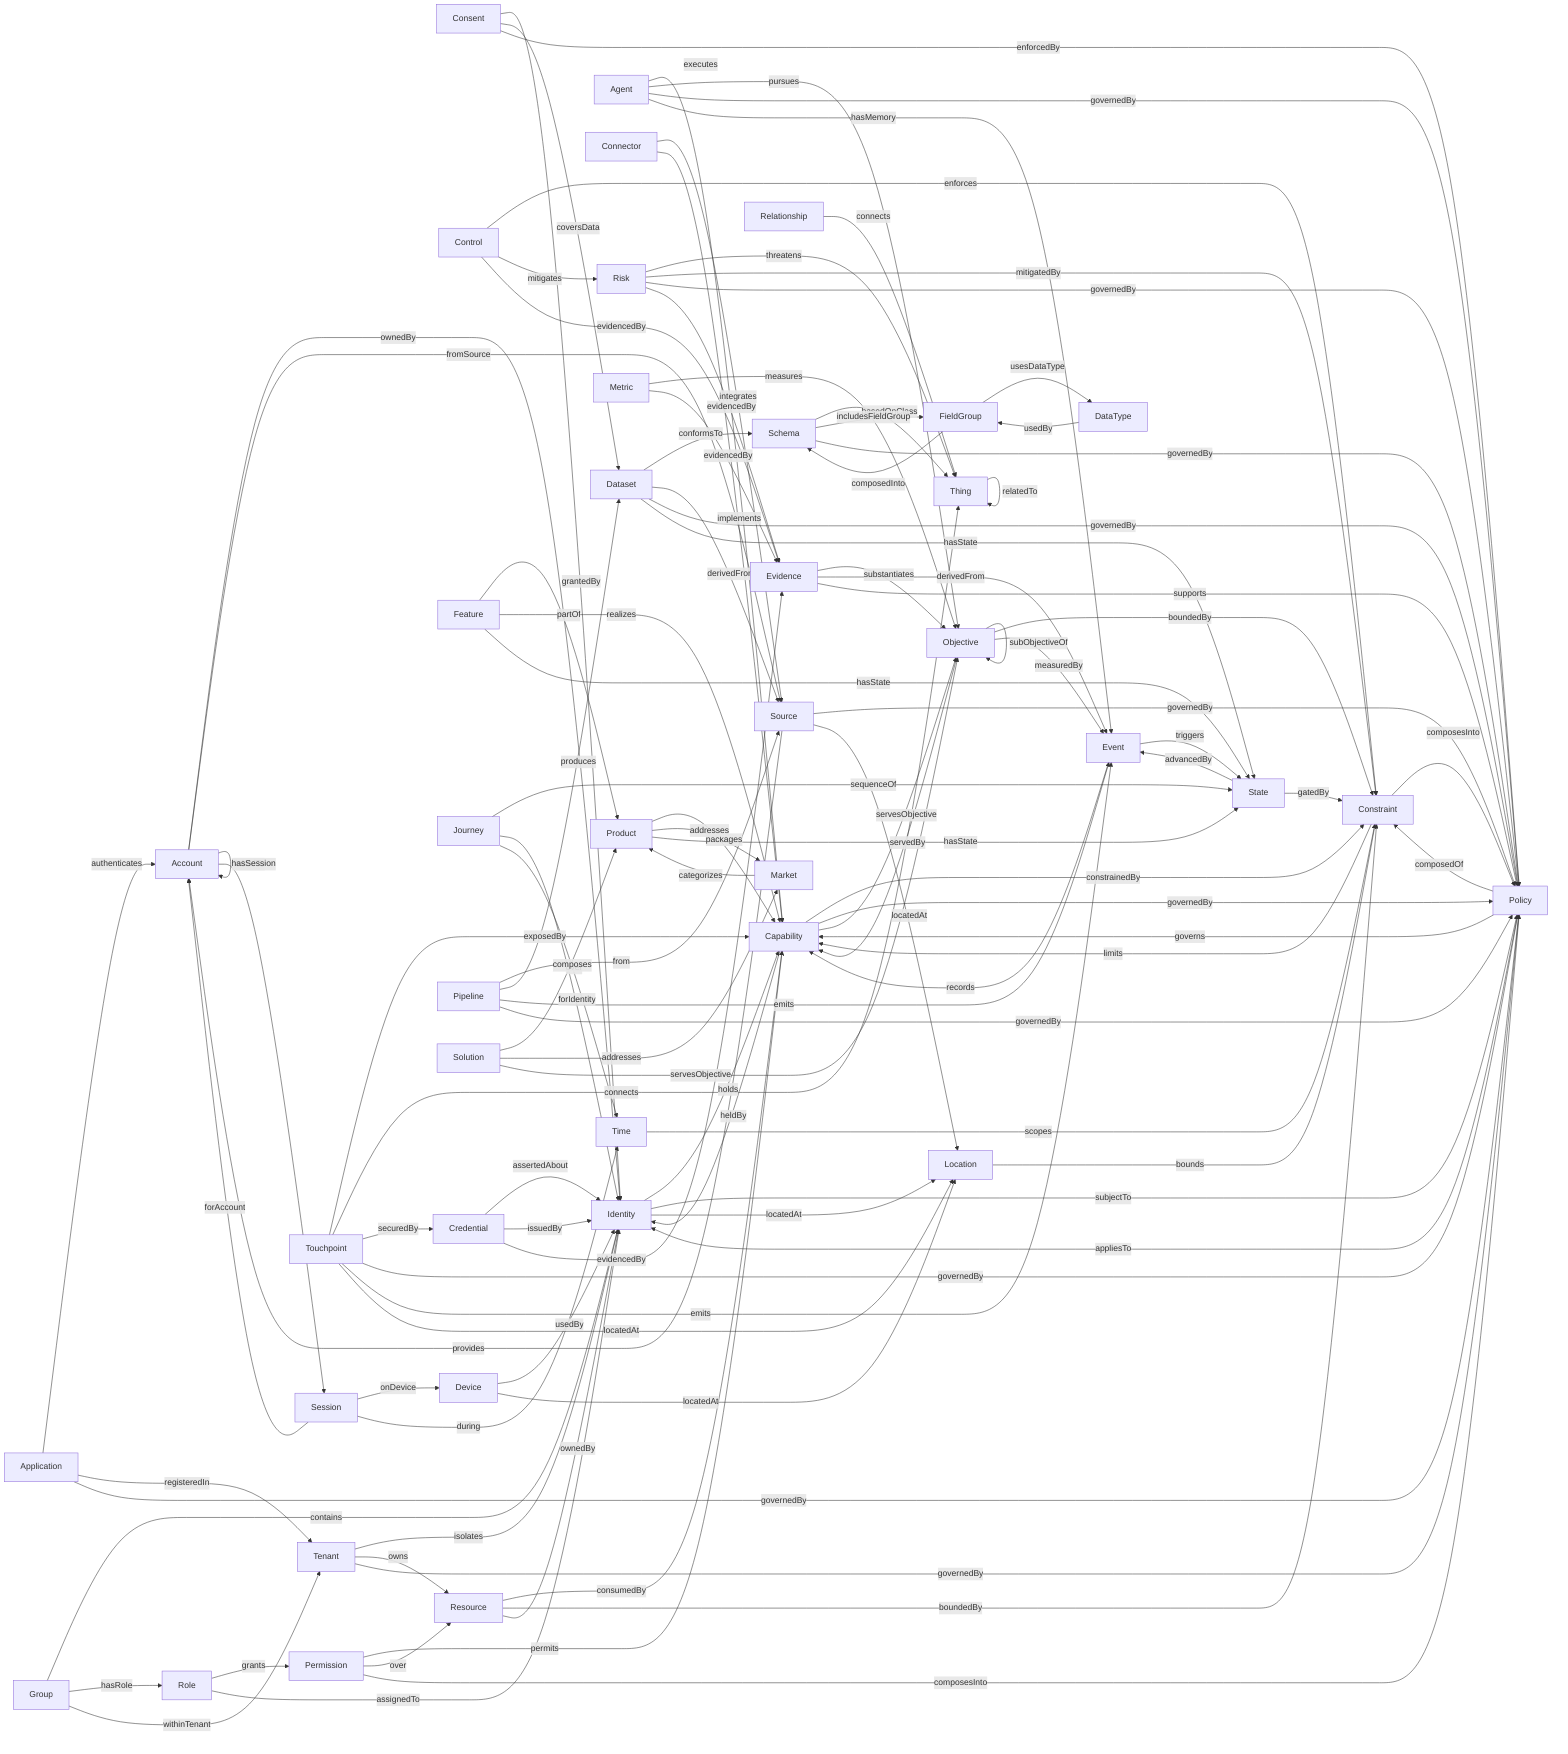
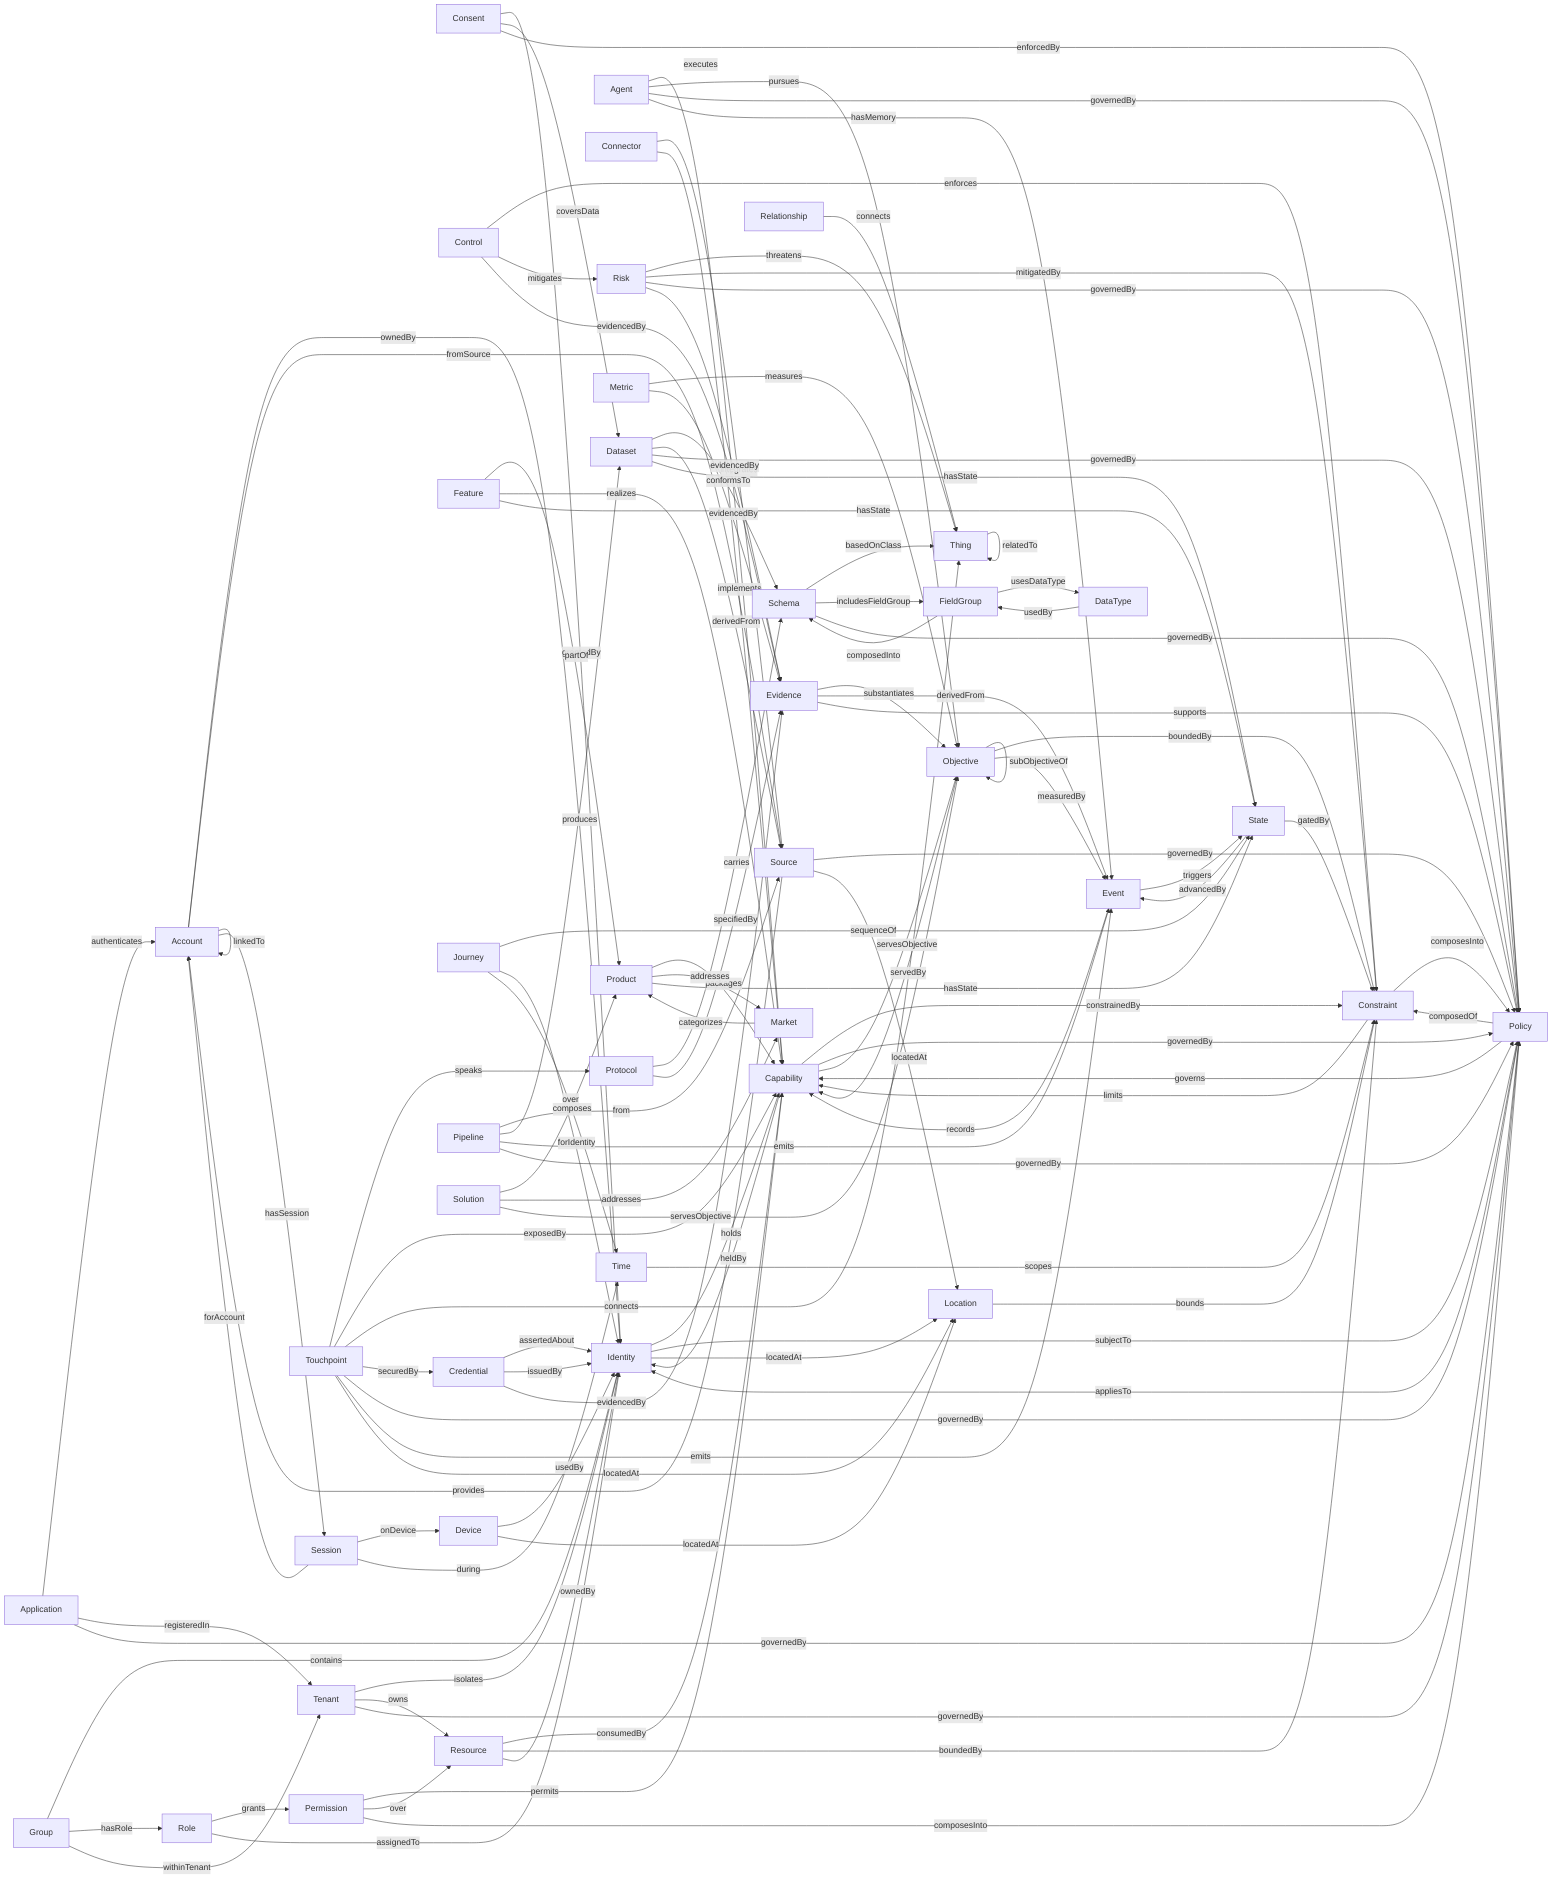
graph LR
  Account -->|ownedBy| Identity
  Account -->|fromSource| Source
  Account -->|linkedTo| Account
  Account -->|hasSession| Session
  Agent -->|executes| Capability
  Agent -->|pursues| Objective
  Agent -->|governedBy| Policy
  Agent -->|hasMemory| Event
  Application -->|authenticates| Account
  Application -->|registeredIn| Tenant
  Application -->|governedBy| Policy
  Capability -->|heldBy| Identity
  Capability -->|constrainedBy| Constraint
  Capability -->|governedBy| Policy
  Capability -->|servesObjective| Objective
  Connector -->|integrates| Source
  Connector -->|implements| Capability
  Consent -->|grantedBy| Identity
  Consent -->|coversData| Dataset
  Consent -->|enforcedBy| Policy
  Constraint -->|composesInto| Policy
  Constraint -->|limits| Capability
  Control -->|enforces| Constraint
  Control -->|mitigates| Risk
  Control -->|evidencedBy| Evidence
  Credential -->|assertedAbout| Identity
  Credential -->|issuedBy| Identity
  Credential -->|evidencedBy| Evidence
  DataType -->|usedBy| FieldGroup
  Dataset -->|conformsTo| Schema
  Dataset -->|derivedFrom| Source
  Dataset -->|governedBy| Policy
  Dataset -->|hasState| State
  Device -->|usedBy| Identity
  Device -->|locatedAt| Location
  Event -->|records| Capability
  Event -->|triggers| State
  Evidence -->|substantiates| Objective
  Evidence -->|derivedFrom| Event
  Evidence -->|supports| Policy
  Feature -->|partOf| Product
  Feature -->|realizes| Capability
  Feature -->|hasState| State
  FieldGroup -->|usesDataType| DataType
  FieldGroup -->|composedInto| Schema
  Group -->|contains| Identity
  Group -->|hasRole| Role
  Group -->|withinTenant| Tenant
  Identity -->|holds| Capability
  Identity -->|subjectTo| Policy
  Identity -->|locatedAt| Location
  Journey -->|sequenceOf| State
  Journey -->|forIdentity| Identity
  Journey -->|over| Time
  Location -->|bounds| Constraint
  Market -->|categorizes| Product
  Metric -->|measures| Objective
  Metric -->|evidencedBy| Evidence
  Objective -->|servedBy| Capability
  Objective -->|boundedBy| Constraint
  Objective -->|measuredBy| Event
  Objective -->|subObjectiveOf| Objective
  Permission -->|permits| Capability
  Permission -->|over| Resource
  Permission -->|composesInto| Policy
  Pipeline -->|from| Source
  Pipeline -->|produces| Dataset
  Pipeline -->|emits| Event
  Pipeline -->|governedBy| Policy
  Policy -->|composedOf| Constraint
  Policy -->|governs| Capability
  Policy -->|appliesTo| Identity
  Product -->|packages| Capability
  Product -->|addresses| Market
  Product -->|hasState| State
+   Protocol -->|carries| Schema
+   Protocol -->|specifiedBy| Evidence
  Relationship -->|connects| Thing
  Resource -->|consumedBy| Capability
  Resource -->|boundedBy| Constraint
  Resource -->|ownedBy| Identity
  Risk -->|threatens| Thing
  Risk -->|mitigatedBy| Constraint
  Risk -->|governedBy| Policy
  Risk -->|evidencedBy| Evidence
  Role -->|grants| Permission
  Role -->|assignedTo| Identity
  Schema -->|basedOnClass| Thing
  Schema -->|includesFieldGroup| FieldGroup
  Schema -->|governedBy| Policy
  Session -->|forAccount| Account
  Session -->|onDevice| Device
  Session -->|during| Time
  Solution -->|composes| Product
  Solution -->|addresses| Market
  Solution -->|servesObjective| Objective
  Source -->|provides| Account
  Source -->|governedBy| Policy
  Source -->|locatedAt| Location
  State -->|advancedBy| Event
  State -->|gatedBy| Constraint
  Tenant -->|isolates| Identity
  Tenant -->|owns| Resource
  Tenant -->|governedBy| Policy
  Thing -->|relatedTo| Thing
  Time -->|scopes| Constraint
+   Touchpoint -->|speaks| Protocol
  Touchpoint -->|exposedBy| Capability
  Touchpoint -->|connects| Thing
  Touchpoint -->|securedBy| Credential
  Touchpoint -->|governedBy| Policy
  Touchpoint -->|emits| Event
  Touchpoint -->|locatedAt| Location
